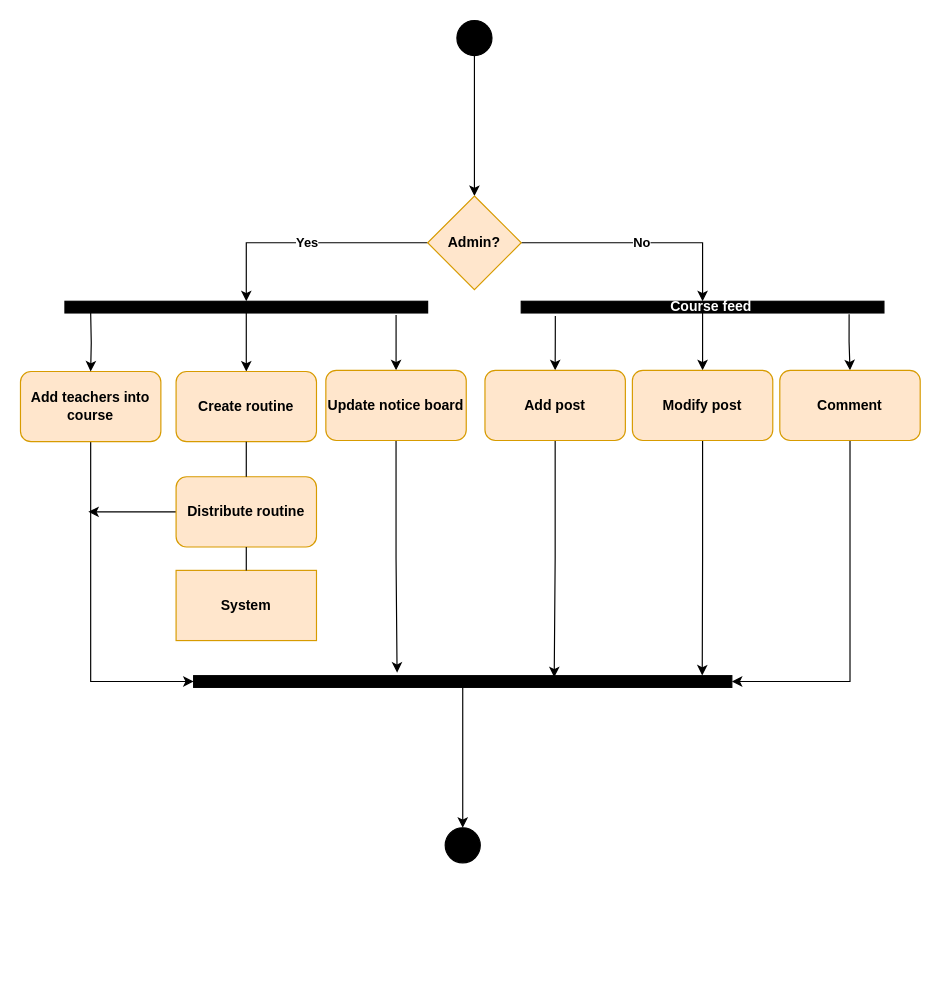
Above: page "Activity 1.2" (14 of 21) of Diagrams.drawio in shirrsho/E-shcool (draw.io), before the change. Source tidied: cells renumbered, new cells numbered last; positions are measured from the earlier drawing's top-left corner, leaving out a move shared by most shapes. Both pictures are drawn from the tidied source at 117%, with x=0, y=0 at pixel (20, 20).
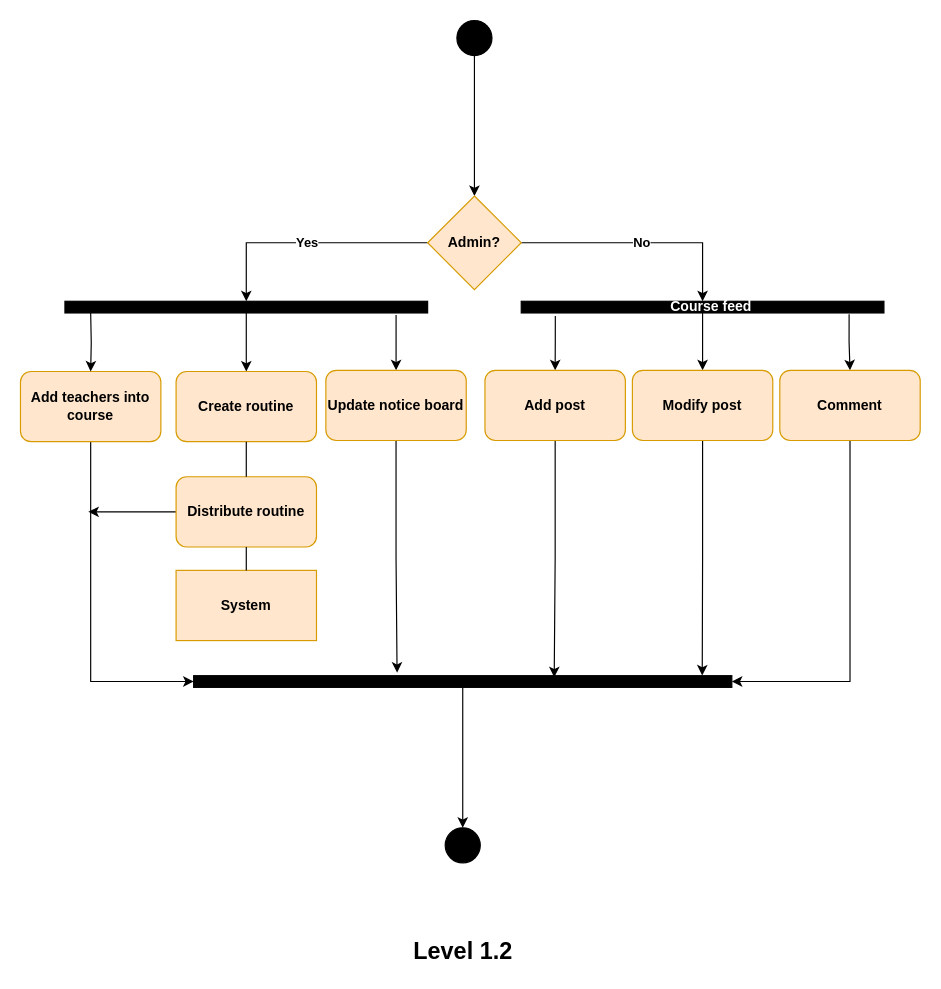
The same diagram, later.

The edit, as a diff of the source:
```diff
@@
+    <mxCell id="35" value="&lt;b&gt;Level 1.2&lt;/b&gt;" style="text;html=1;align=center;verticalAlign=middle;strokeColor=none;fillColor=none;fontSize=20;" parent="1" vertex="1">
+      <mxGeometry x="328" y="780" width="100" height="30" as="geometry" />
+    </mxCell>
```
